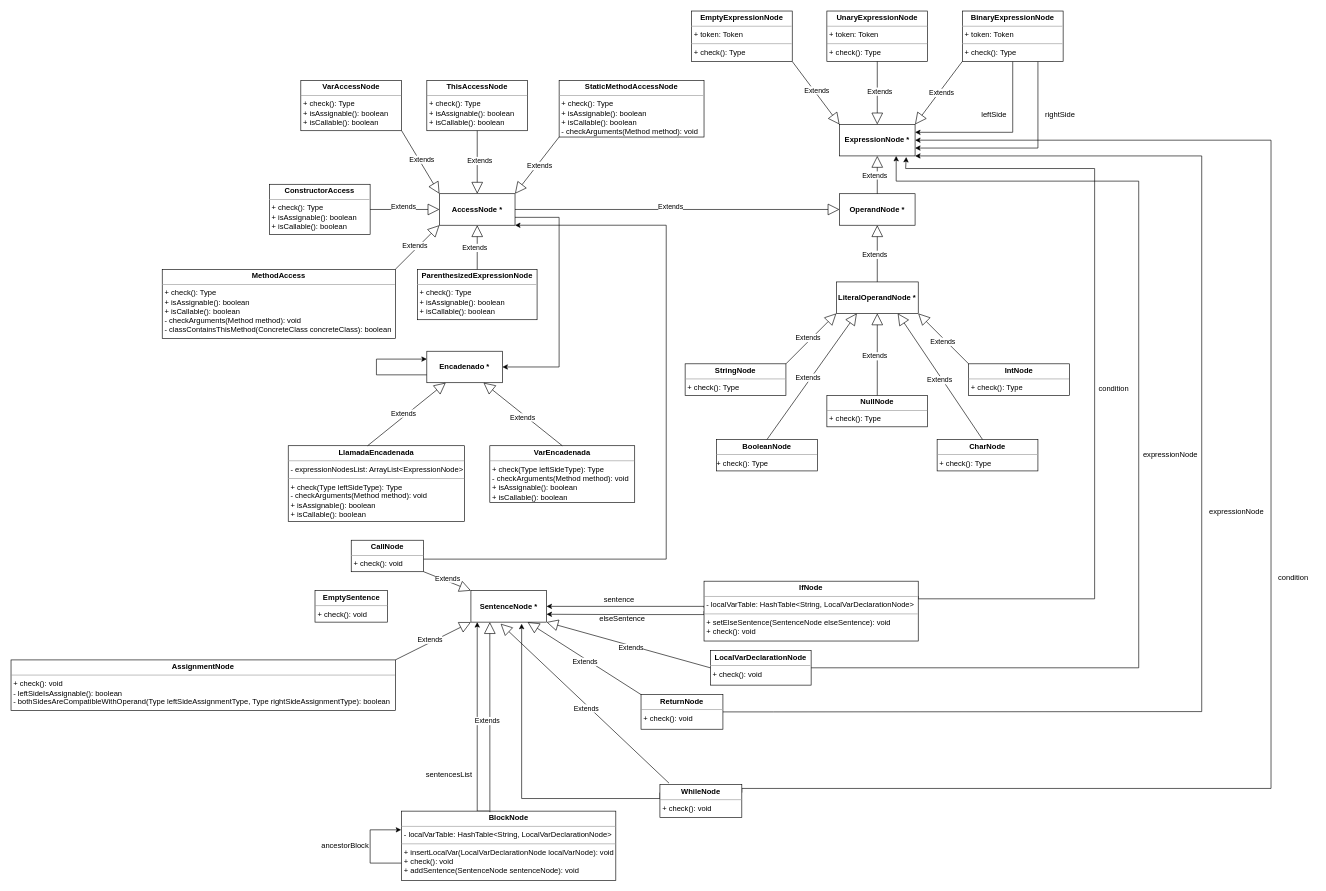
Earlier version of the draw.io diagram AST.drawio (andresaguilar8/Compilador). Source tidied: cells renumbered, new cells numbered last; positions are measured from the earlier drawing's top-left corner, leaving out a move shared by most shapes. Both pictures are drawn from the tidied source at 63%, with x=0, y=0 at pixel (11, 11).
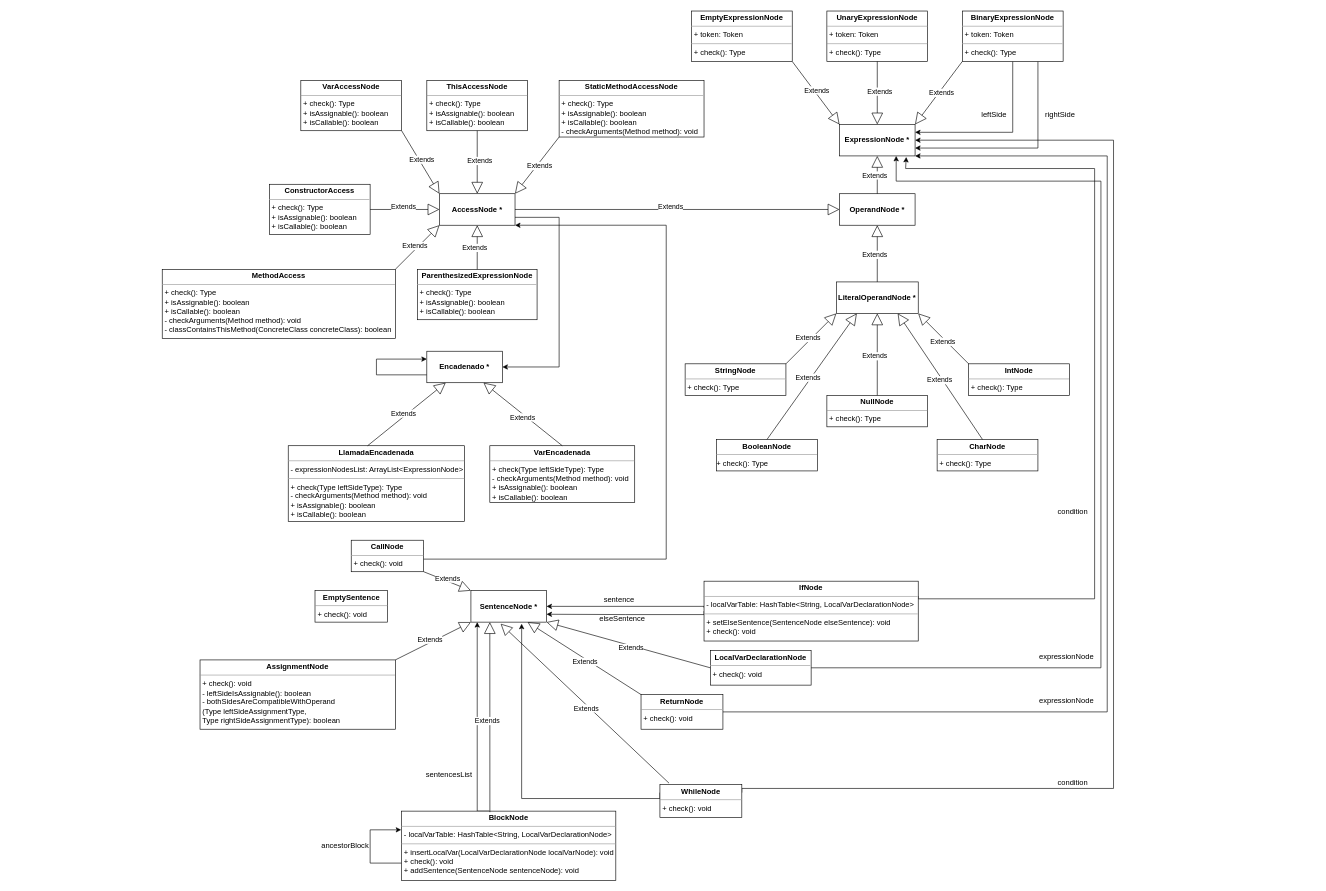
Above is the later version.

The change refers to these unchanged cells:
```xml
<mxCell id="21" value="&lt;p style=&quot;margin:0px;margin-top:4px;text-align:center;&quot;&gt;&lt;br&gt;&lt;b&gt;ExpressionNode *&lt;/b&gt;&lt;/p&gt;" style="verticalAlign=top;align=left;overflow=fill;fontSize=12;fontFamily=Helvetica;html=1;" parent="1" vertex="1">
  <mxGeometry x="1315" y="180" width="120" height="50" as="geometry" />
</mxCell>
<mxCell id="69" value="&lt;p style=&quot;margin:0px;margin-top:4px;text-align:center;&quot;&gt;&lt;b&gt;LocalVarDeclarationNode&lt;/b&gt;&lt;/p&gt;&lt;hr size=&quot;1&quot;&gt;&lt;p style=&quot;margin:0px;margin-left:4px;&quot;&gt;&lt;/p&gt;&lt;p style=&quot;margin:0px;margin-left:4px;&quot;&gt;&lt;span style=&quot;background-color: initial;&quot;&gt;+ check(): void&lt;/span&gt;&lt;br&gt;&lt;/p&gt;" style="verticalAlign=top;align=left;overflow=fill;fontSize=12;fontFamily=Helvetica;html=1;" parent="1" vertex="1">
  <mxGeometry x="1110" y="1015" width="160" height="55" as="geometry" />
</mxCell>
<mxCell id="73" value="&lt;p style=&quot;margin:0px;margin-top:4px;text-align:center;&quot;&gt;&lt;b&gt;ReturnNode&lt;/b&gt;&lt;/p&gt;&lt;hr size=&quot;1&quot;&gt;&lt;p style=&quot;margin:0px;margin-left:4px;&quot;&gt;&lt;/p&gt;&lt;p style=&quot;margin:0px;margin-left:4px;&quot;&gt;&lt;span style=&quot;background-color: initial;&quot;&gt;+ check(): void&lt;/span&gt;&lt;br&gt;&lt;/p&gt;" style="verticalAlign=top;align=left;overflow=fill;fontSize=12;fontFamily=Helvetica;html=1;" parent="1" vertex="1">
  <mxGeometry x="1000" y="1085" width="130" height="55" as="geometry" />
</mxCell>
<mxCell id="78" value="&lt;p style=&quot;margin:0px;margin-top:4px;text-align:center;&quot;&gt;&lt;b&gt;WhileNode&lt;/b&gt;&lt;/p&gt;&lt;hr size=&quot;1&quot;&gt;&lt;p style=&quot;margin:0px;margin-left:4px;&quot;&gt;&lt;span style=&quot;background-color: initial;&quot;&gt;+ check(): void&lt;/span&gt;&lt;br&gt;&lt;/p&gt;" style="verticalAlign=top;align=left;overflow=fill;fontSize=12;fontFamily=Helvetica;html=1;" parent="1" vertex="1">
  <mxGeometry x="1030" y="1227.5" width="130" height="52.5" as="geometry" />
</mxCell>
```

Diff of the diagram source:
```diff
@@
-    <mxCell id="49" value="&lt;p style=&quot;margin:0px;margin-top:4px;text-align:center;&quot;&gt;&lt;b&gt;AssignmentNode&lt;/b&gt;&lt;/p&gt;&lt;hr size=&quot;1&quot;&gt;&lt;p style=&quot;margin:0px;margin-left:4px;&quot;&gt;&lt;/p&gt;&lt;p style=&quot;margin: 0px 0px 0px 4px;&quot;&gt;+ check(): void&lt;/p&gt;&lt;p style=&quot;margin: 0px 0px 0px 4px;&quot;&gt;- leftSideIsAssignable(): boolean&lt;/p&gt;&lt;p style=&quot;margin: 0px 0px 0px 4px;&quot;&gt;- bothSidesAreCompatibleWithOperand(Type leftSideAssignmentType, Type rightSideAssignmentType): boolean&lt;/p&gt;" style="verticalAlign=top;align=left;overflow=fill;fontSize=12;fontFamily=Helvetica;html=1;" parent="1" vertex="1">
-      <mxGeometry y="1030" width="610" height="80" as="geometry" />
+    <mxCell id="49" value="&lt;p style=&quot;margin:0px;margin-top:4px;text-align:center;&quot;&gt;&lt;b&gt;AssignmentNode&lt;/b&gt;&lt;/p&gt;&lt;hr size=&quot;1&quot;&gt;&lt;p style=&quot;margin:0px;margin-left:4px;&quot;&gt;&lt;/p&gt;&lt;p style=&quot;margin: 0px 0px 0px 4px;&quot;&gt;+ check(): void&lt;/p&gt;&lt;p style=&quot;margin: 0px 0px 0px 4px;&quot;&gt;- leftSideIsAssignable(): boolean&lt;/p&gt;&lt;p style=&quot;margin: 0px 0px 0px 4px;&quot;&gt;- bothSidesAreCompatibleWithOperand&lt;/p&gt;&lt;p style=&quot;margin: 0px 0px 0px 4px;&quot;&gt;(Type leftSideAssignmentType,&amp;nbsp;&lt;/p&gt;&lt;p style=&quot;margin: 0px 0px 0px 4px;&quot;&gt;Type rightSideAssignmentType): boolean&lt;/p&gt;" style="verticalAlign=top;align=left;overflow=fill;fontSize=12;fontFamily=Helvetica;html=1;" parent="1" vertex="1">
+      <mxGeometry x="300" y="1030" width="310" height="110" as="geometry" />
     </mxCell>
@@
     <mxCell id="65" value="condition" style="text;html=1;align=center;verticalAlign=middle;strokeColor=none;fillColor=none;" parent="1" vertex="1">
-      <mxGeometry x="1715" y="585" width="70" height="30" as="geometry" />
+      <mxGeometry x="1650" y="780" width="70" height="30" as="geometry" />
     </mxCell>
@@
     <mxCell id="68" style="edgeStyle=orthogonalEdgeStyle;rounded=0;jettySize=auto;html=1;exitX=1;exitY=0.5;exitDx=0;exitDy=0;entryX=0.75;entryY=1;entryDx=0;entryDy=0;" parent="1" edge="1" source="69" target="21">
       <mxGeometry relative="1" as="geometry">
         <Array as="points">
-          <mxPoint x="1790" y="1043" />
-          <mxPoint x="1790" y="270" />
+          <mxPoint x="1730" y="1043" />
+          <mxPoint x="1730" y="270" />
           <mxPoint x="1405" y="270" />
         </Array>
       </mxGeometry>
     </mxCell>
@@
     <mxCell id="70" value="expressionNode" style="text;html=1;align=center;verticalAlign=middle;strokeColor=none;fillColor=none;" parent="1" vertex="1">
-      <mxGeometry x="1785" y="690" width="110" height="30" as="geometry" />
+      <mxGeometry x="1620" y="1010" width="110" height="30" as="geometry" />
     </mxCell>
@@
     <mxCell id="72" style="edgeStyle=orthogonalEdgeStyle;rounded=0;jettySize=auto;html=1;exitX=1;exitY=0.5;exitDx=0;exitDy=0;entryX=1;entryY=1;entryDx=0;entryDy=0;" parent="1" edge="1" source="73" target="21">
       <mxGeometry relative="1" as="geometry">
         <Array as="points">
-          <mxPoint x="1210" y="1113" />
-          <mxPoint x="1890" y="1112" />
-          <mxPoint x="1890" y="230" />
+          <mxPoint x="1740" y="1113" />
+          <mxPoint x="1740" y="230" />
         </Array>
       </mxGeometry>
     </mxCell>
@@
     <mxCell id="74" value="expressionNode" style="text;html=1;align=center;verticalAlign=middle;strokeColor=none;fillColor=none;" parent="1" vertex="1">
-      <mxGeometry x="1890" y="780" width="110" height="30" as="geometry" />
+      <mxGeometry x="1620" y="1080" width="110" height="30" as="geometry" />
     </mxCell>
@@
     <mxCell id="76" style="edgeStyle=orthogonalEdgeStyle;rounded=0;jettySize=auto;html=1;exitX=1;exitY=0.25;exitDx=0;exitDy=0;entryX=1;entryY=0.5;entryDx=0;entryDy=0;" parent="1" edge="1" source="78" target="21">
       <mxGeometry relative="1" as="geometry">
         <Array as="points">
-          <mxPoint x="2000" y="1234" />
-          <mxPoint x="2000" y="205" />
+          <mxPoint x="1160" y="1234" />
+          <mxPoint x="1750" y="1234" />
+          <mxPoint x="1750" y="205" />
         </Array>
       </mxGeometry>
     </mxCell>
@@
     <mxCell id="79" value="condition" style="text;html=1;align=center;verticalAlign=middle;strokeColor=none;fillColor=none;" parent="1" vertex="1">
-      <mxGeometry x="2000" y="885" width="70" height="30" as="geometry" />
+      <mxGeometry x="1650" y="1210" width="70" height="30" as="geometry" />
     </mxCell>
```
